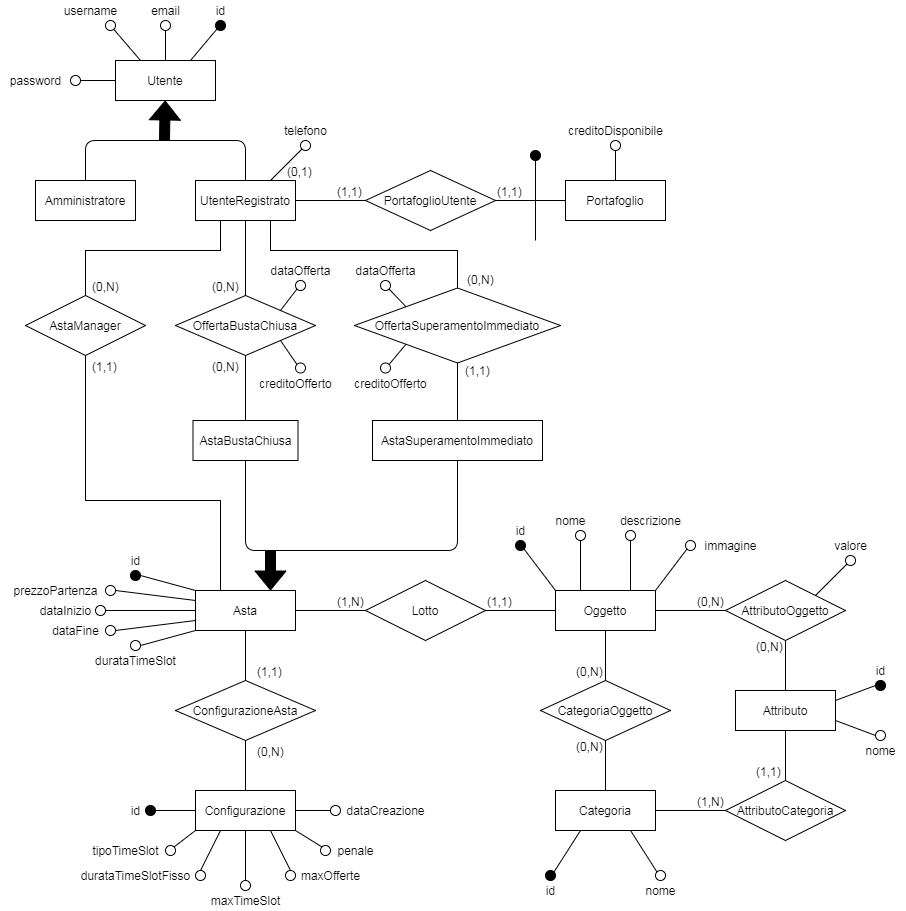
The draw.io diagram Documentazione/Progettazione/Database/Progettazione concettuale/ER Diagram.png in UnimibSoftEngCourse1920/progetto-aste-2-gruppo-aste-2, before a commit. Source tidied: cells renumbered, new cells last; positions are measured from the earlier drawing's top-left corner, leaving out a move shared by most shapes.
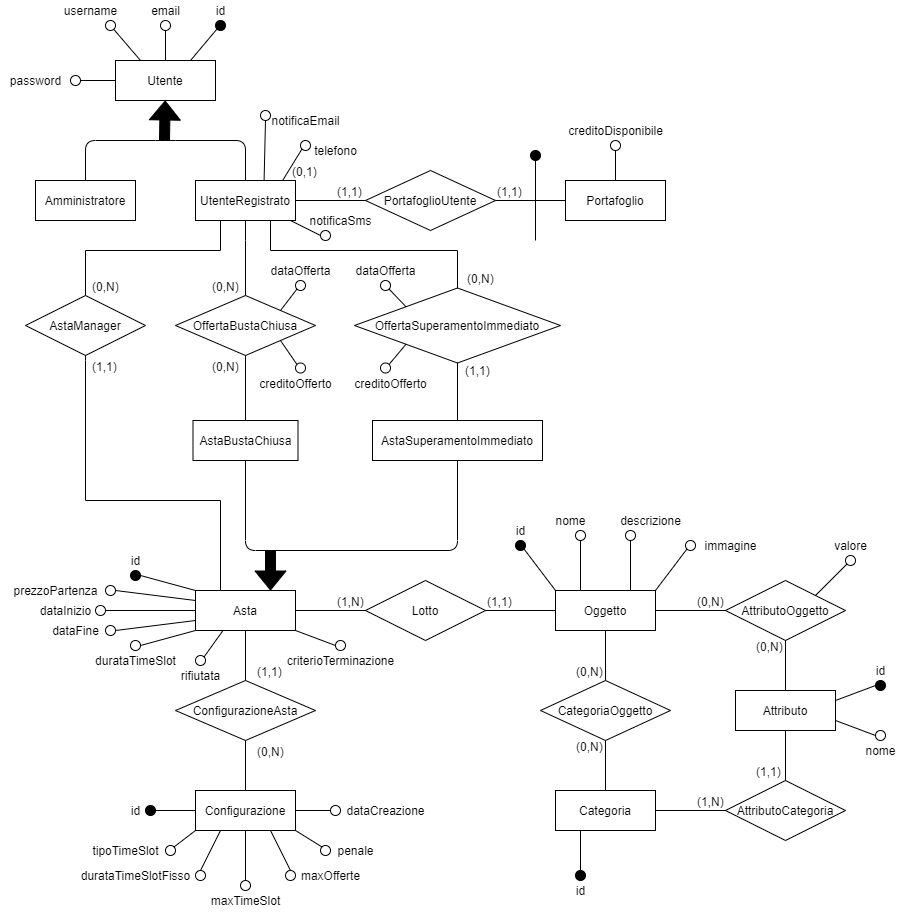
After the change.

Change to the diagram source:
```diff
@@ -88,12 +88,12 @@
       <mxGeometry relative="1" as="geometry" />
     </mxCell>
     <mxCell id="27" value="telefono" style="text;html=1;align=center;verticalAlign=middle;" parent="1" vertex="1">
-      <mxGeometry x="275" y="120" width="60" height="20" as="geometry" />
+      <mxGeometry x="305" y="140" width="60" height="20" as="geometry" />
     </mxCell>
     <mxCell id="28" style="ellipse;whiteSpace=wrap;html=1;align=center;" parent="1" vertex="1">
       <mxGeometry x="300" y="140" width="10" height="10" as="geometry" />
     </mxCell>
-    <mxCell id="29" style="endArrow=none;html=1;labelBackgroundColor=#000000;fillColor=#000000;exitX=0.75;exitY=0;exitDx=0;exitDy=0;entryX=0;entryY=1;entryDx=0;entryDy=0;" parent="1" edge="1" source="2" target="28">
+    <mxCell id="29" style="endArrow=none;html=1;labelBackgroundColor=#000000;fillColor=#000000;exitX=0.873;exitY=-0.007;exitDx=0;exitDy=0;entryX=0;entryY=1;entryDx=0;entryDy=0;exitPerimeter=0;" parent="1" edge="1" source="2" target="28">
       <mxGeometry relative="1" as="geometry" />
     </mxCell>
     <mxCell id="30" value="creditoDisponibile" style="text;html=1;align=center;verticalAlign=middle;" parent="1" vertex="1">
@@ -362,10 +362,10 @@
       <mxGeometry relative="1" as="geometry" />
     </mxCell>
     <mxCell id="105" value="id" style="text;html=1;align=center;verticalAlign=middle;" parent="1" vertex="1">
-      <mxGeometry x="540" y="880" width="20" height="20" as="geometry" />
+      <mxGeometry x="570" y="880" width="20" height="20" as="geometry" />
     </mxCell>
     <mxCell id="106" style="ellipse;whiteSpace=wrap;html=1;align=center;fillColor=#000000;" parent="1" vertex="1">
-      <mxGeometry x="545" y="870" width="10" height="10" as="geometry" />
+      <mxGeometry x="575" y="870" width="10" height="10" as="geometry" />
     </mxCell>
     <mxCell id="107" value="immagine" style="text;html=1;align=center;verticalAlign=middle;" parent="1" vertex="1">
       <mxGeometry x="695" y="535" width="70" height="20" as="geometry" />
@@ -373,8 +373,10 @@
     <mxCell id="108" style="ellipse;whiteSpace=wrap;html=1;align=center;" parent="1" vertex="1">
       <mxGeometry x="685" y="540" width="10" height="10" as="geometry" />
     </mxCell>
-    <mxCell id="109" style="endArrow=none;html=1;rounded=0;labelBackgroundColor=#000000;fillColor=#000000;entryX=0.25;entryY=1;entryDx=0;entryDy=0;exitX=1;exitY=0;exitDx=0;exitDy=0;" parent="1" edge="1" source="106" target="6">
-      <mxGeometry relative="1" as="geometry" />
+    <mxCell id="109" style="endArrow=none;html=1;rounded=0;labelBackgroundColor=#000000;fillColor=#000000;entryX=0.25;entryY=1;entryDx=0;entryDy=0;" parent="1" edge="1" target="6">
+      <mxGeometry relative="1" as="geometry">
+        <mxPoint x="580" y="871" as="sourcePoint" />
+      </mxGeometry>
     </mxCell>
     <mxCell id="110" style="endArrow=none;html=1;rounded=0;labelBackgroundColor=#000000;fillColor=#000000;exitX=0;exitY=1;exitDx=0;exitDy=0;entryX=1;entryY=0;entryDx=0;entryDy=0;" parent="1" edge="1" source="108" target="5">
       <mxGeometry relative="1" as="geometry" />
@@ -449,7 +451,7 @@
       <mxGeometry relative="1" as="geometry" />
     </mxCell>
     <mxCell id="128" value="(0,1)" style="html=1;align=left;verticalAlign=bottom;" parent="1" vertex="1">
-      <mxGeometry x="245" y="180" as="geometry">
+      <mxGeometry x="250" y="180" as="geometry">
         <mxPoint x="40" as="offset" />
       </mxGeometry>
     </mxCell>
@@ -509,15 +511,6 @@
     <mxCell id="144" style="endArrow=none;html=1;rounded=0;labelBackgroundColor=#000000;fillColor=#000000;exitX=0;exitY=1;exitDx=0;exitDy=0;entryX=1;entryY=0;entryDx=0;entryDy=0;" parent="1" edge="1" source="143" target="129">
       <mxGeometry relative="1" as="geometry" />
     </mxCell>
-    <mxCell id="145" value="nome" style="text;html=1;align=center;verticalAlign=middle;" parent="1" vertex="1">
-      <mxGeometry x="635" y="880" width="50" height="20" as="geometry" />
-    </mxCell>
-    <mxCell id="146" style="ellipse;whiteSpace=wrap;html=1;align=center;" parent="1" vertex="1">
-      <mxGeometry x="655" y="870" width="10" height="10" as="geometry" />
-    </mxCell>
-    <mxCell id="147" style="endArrow=none;html=1;rounded=0;labelBackgroundColor=#000000;fillColor=#000000;entryX=0.75;entryY=1;entryDx=0;entryDy=0;exitX=0;exitY=0;exitDx=0;exitDy=0;" parent="1" edge="1" source="146" target="6">
-      <mxGeometry relative="1" as="geometry" />
-    </mxCell>
     <mxCell id="148" value="nome" style="text;html=1;align=center;verticalAlign=middle;" parent="1" vertex="1">
       <mxGeometry x="855" y="740" width="50" height="20" as="geometry" />
     </mxCell>
@@ -548,5 +541,47 @@
     <mxCell id="157" style="endArrow=none;html=1;rounded=0;labelBackgroundColor=#000000;fillColor=#000000;exitX=0.5;exitY=1;exitDx=0;exitDy=0;entryX=0.5;entryY=0;entryDx=0;entryDy=0;" parent="1" edge="1" source="7" target="156">
       <mxGeometry relative="1" as="geometry" />
     </mxCell>
+    <mxCell id="158" style="endArrow=none;html=1;rounded=0;labelBackgroundColor=#000000;fillColor=#000000;exitX=0;exitY=0.5;exitDx=0;exitDy=0;" parent="1" edge="1" source="159">
+      <mxGeometry relative="1" as="geometry">
+        <mxPoint x="295" y="630" as="targetPoint" />
+      </mxGeometry>
+    </mxCell>
+    <mxCell id="159" style="ellipse;whiteSpace=wrap;html=1;align=center;" parent="1" vertex="1">
+      <mxGeometry x="335" y="640" width="10" height="10" as="geometry" />
+    </mxCell>
+    <mxCell id="160" value="criterioTerminazione" style="text;html=1;align=center;verticalAlign=middle;" parent="1" vertex="1">
+      <mxGeometry x="280" y="650" width="120" height="20" as="geometry" />
+    </mxCell>
+    <mxCell id="161" style="endArrow=none;html=1;rounded=0;labelBackgroundColor=#000000;fillColor=#000000;exitX=1;exitY=0;exitDx=0;exitDy=0;" parent="1" edge="1" source="162">
+      <mxGeometry relative="1" as="geometry">
+        <mxPoint x="222.5" y="630" as="targetPoint" />
+      </mxGeometry>
+    </mxCell>
+    <mxCell id="162" style="ellipse;whiteSpace=wrap;html=1;align=center;" parent="1" vertex="1">
+      <mxGeometry x="195" y="655" width="10" height="10" as="geometry" />
+    </mxCell>
+    <mxCell id="163" value="rifiutata" style="text;html=1;align=center;verticalAlign=middle;" parent="1" vertex="1">
+      <mxGeometry x="175" y="665" width="50" height="20" as="geometry" />
+    </mxCell>
+    <mxCell id="164" value="notificaEmail" style="text;html=1;align=center;verticalAlign=middle;" parent="1" vertex="1">
+      <mxGeometry x="265" y="110" width="80" height="20" as="geometry" />
+    </mxCell>
+    <mxCell id="165" style="endArrow=none;html=1;labelBackgroundColor=#000000;fillColor=#000000;exitX=0.686;exitY=-0.015;exitDx=0;exitDy=0;entryX=0.5;entryY=1;entryDx=0;entryDy=0;exitPerimeter=0;" parent="1" edge="1" source="2" target="166">
+      <mxGeometry relative="1" as="geometry" />
+    </mxCell>
+    <mxCell id="166" style="ellipse;whiteSpace=wrap;html=1;align=center;" parent="1" vertex="1">
+      <mxGeometry x="260" y="110" width="10" height="10" as="geometry" />
+    </mxCell>
+    <mxCell id="167" style="endArrow=none;html=1;labelBackgroundColor=#000000;fillColor=#000000;entryX=0;entryY=0.5;entryDx=0;entryDy=0;exitX=1;exitY=0.75;exitDx=0;exitDy=0;" parent="1" edge="1" target="168">
+      <mxGeometry relative="1" as="geometry">
+        <mxPoint x="290" y="220" as="sourcePoint" />
+      </mxGeometry>
+    </mxCell>
+    <mxCell id="168" style="ellipse;whiteSpace=wrap;html=1;align=center;" parent="1" vertex="1">
+      <mxGeometry x="320" y="230" width="10" height="10" as="geometry" />
+    </mxCell>
+    <mxCell id="169" value="notificaSms" style="text;html=1;align=center;verticalAlign=middle;" parent="1" vertex="1">
+      <mxGeometry x="300" y="210" width="80" height="20" as="geometry" />
+    </mxCell>
   </root>
 </mxGraphModel>
```
